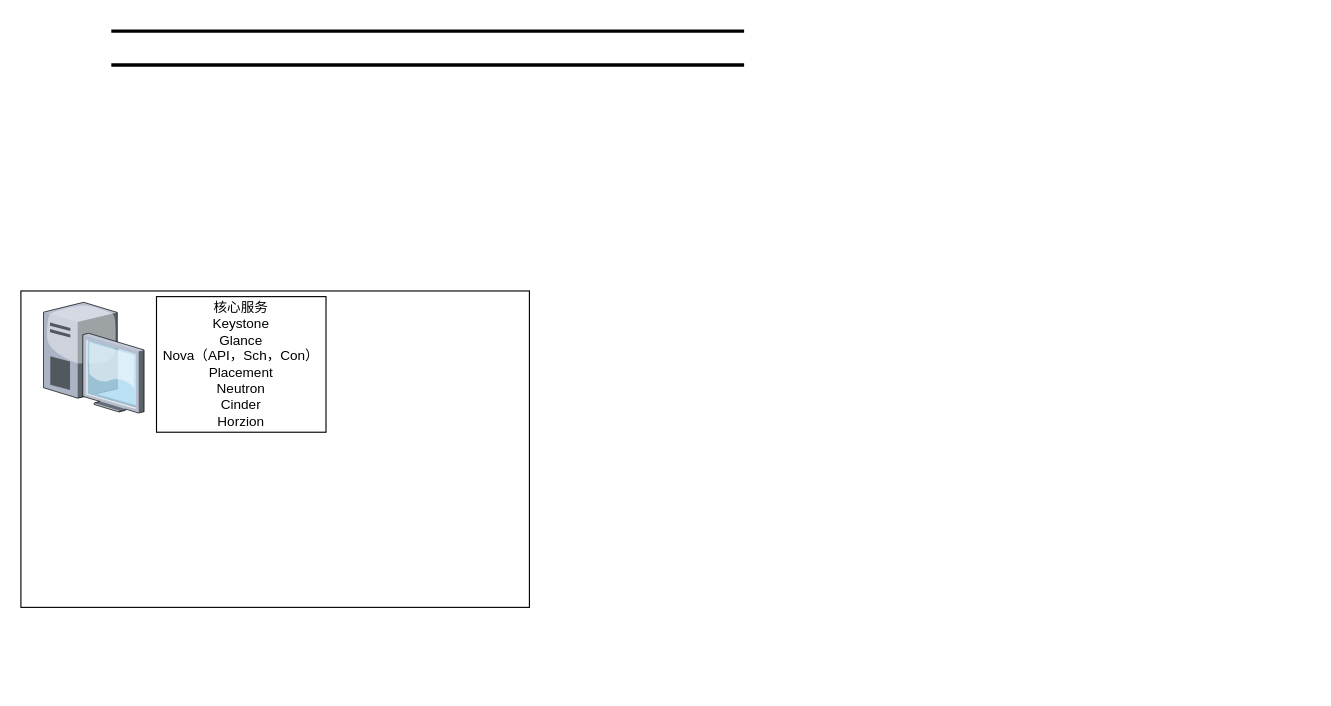
This is OpenStack部分结构.drawio from lrAltas/DrwaIO, a draw.io file, before an edit. Source tidied: cells renumbered, new cells numbered last; positions are measured from the earlier drawing's top-left corner, leaving out a move shared by most shapes. Both pictures are drawn from the tidied source at 113%, with x=0, y=0 at pixel (20, 31).
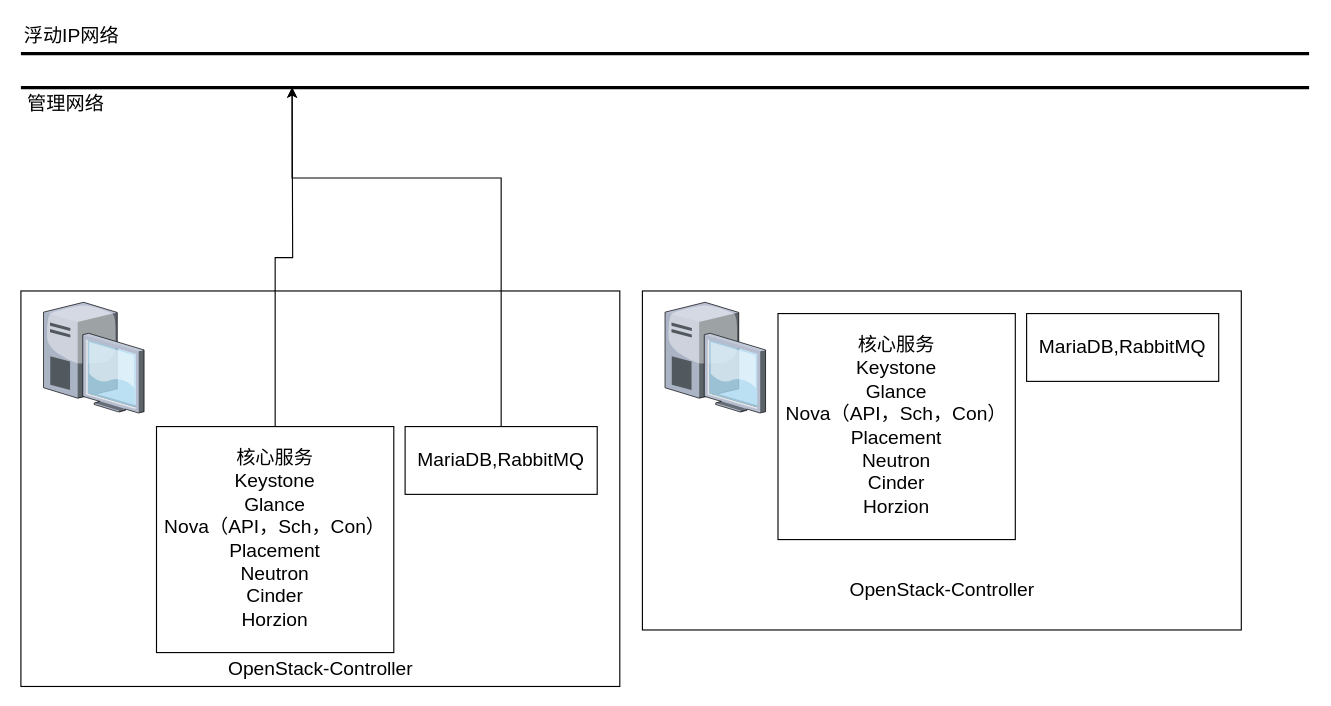
The same page after the edit.

Commit message (it also covers changes not shown here):
更新OpenStack部分结构.drawio

What changed in the source:
```diff
@@
     <mxCell id="2" style="endArrow=none;html=1;rounded=0;strokeWidth=3;" parent="1" edge="1">
       <mxGeometry relative="1" as="geometry">
-        <mxPoint x="80" as="sourcePoint" />
-        <mxPoint x="640" as="targetPoint" />
+        <mxPoint y="20" as="sourcePoint" />
+        <mxPoint x="1140" y="20" as="targetPoint" />
       </mxGeometry>
     </mxCell>
     <mxCell id="3" style="endArrow=none;html=1;rounded=0;strokeWidth=3;" parent="1" edge="1">
       <mxGeometry relative="1" as="geometry">
-        <mxPoint x="80" y="30" as="sourcePoint" />
-        <mxPoint x="640" y="30" as="targetPoint" />
+        <mxPoint y="50" as="sourcePoint" />
+        <mxPoint x="1140" y="50" as="targetPoint" />
       </mxGeometry>
     </mxCell>
     <mxCell id="4" style="rounded=0;whiteSpace=wrap;html=1;" parent="1" vertex="1">
-      <mxGeometry y="230" width="450" height="280" as="geometry" />
+      <mxGeometry y="230" width="530" height="350" as="geometry" />
     </mxCell>
@@
+    <mxCell id="7" style="edgeStyle=orthogonalEdgeStyle;rounded=0;jettySize=auto;html=1;" parent="1" edge="1" source="6">
+      <mxGeometry relative="1" as="geometry">
+        <mxPoint x="240" y="50" as="targetPoint" />
+      </mxGeometry>
+    </mxCell>
-    <mxCell id="6" value="&lt;div&gt;核心服务&lt;/div&gt;&lt;div&gt;Keystone&lt;/div&gt;&lt;div&gt;Glance&lt;/div&gt;&lt;div&gt;Nova（API，Sch，Con）&lt;/div&gt;&lt;div&gt;Placement&lt;/div&gt;&lt;div&gt;Neutron&lt;/div&gt;&lt;div&gt;Cinder&lt;/div&gt;&lt;div&gt;Horzion&lt;/div&gt;" style="rounded=0;whiteSpace=wrap;html=1;" parent="1" vertex="1">
-      <mxGeometry x="120" y="235" width="150" height="120" as="geometry" />
+    <mxCell id="6" value="&lt;div&gt;核心服务&lt;/div&gt;&lt;div&gt;Keystone&lt;/div&gt;&lt;div&gt;Glance&lt;/div&gt;&lt;div&gt;Nova（API，Sch，Con）&lt;/div&gt;&lt;div&gt;Placement&lt;/div&gt;&lt;div&gt;Neutron&lt;/div&gt;&lt;div&gt;Cinder&lt;/div&gt;&lt;div&gt;Horzion&lt;/div&gt;" style="rounded=0;whiteSpace=wrap;html=1;fontSize=17;" parent="1" vertex="1">
+      <mxGeometry x="120" y="350" width="210" height="200" as="geometry" />
     </mxCell>
+    <mxCell id="8" style="edgeStyle=orthogonalEdgeStyle;rounded=0;jettySize=auto;html=1;" parent="1" edge="1" source="9">
+      <mxGeometry relative="1" as="geometry">
+        <mxPoint x="240" y="50" as="targetPoint" />
+        <Array as="points">
+          <mxPoint x="425" y="130" />
+          <mxPoint x="240" y="130" />
+        </Array>
+      </mxGeometry>
+    </mxCell>
+    <mxCell id="9" value="MariaDB,RabbitMQ" style="whiteSpace=wrap;html=1;fontSize=17;" parent="1" vertex="1">
+      <mxGeometry x="340" y="350" width="170" height="60" as="geometry" />
+    </mxCell>
+    <mxCell id="10" value="&lt;div&gt;OpenStack-Controller&lt;/div&gt;" style="text;html=1;whiteSpace=wrap;strokeColor=none;fillColor=none;align=center;verticalAlign=middle;rounded=0;fontSize=17;" parent="1" vertex="1">
+      <mxGeometry x="167.5" y="550" width="195" height="30" as="geometry" />
+    </mxCell>
+    <mxCell id="11" value="&lt;font style=&quot;font-size: 17px;&quot;&gt;浮动IP网络&lt;/font&gt;" style="text;html=1;whiteSpace=wrap;strokeColor=none;fillColor=none;align=center;verticalAlign=middle;rounded=0;" parent="1" vertex="1">
+      <mxGeometry y="-10" width="90" height="30" as="geometry" />
+    </mxCell>
+    <mxCell id="12" value="&lt;font&gt;管理网络&lt;/font&gt;" style="text;html=1;whiteSpace=wrap;strokeColor=none;fillColor=none;align=center;verticalAlign=middle;rounded=0;fontSize=17;" parent="1" vertex="1">
+      <mxGeometry y="50" width="80" height="30" as="geometry" />
+    </mxCell>
+    <mxCell id="13" style="rounded=0;whiteSpace=wrap;html=1;" parent="1" vertex="1">
+      <mxGeometry x="550" y="230" width="530" height="300" as="geometry" />
+    </mxCell>
+    <mxCell id="14" style="verticalLabelPosition=bottom;sketch=0;html=1;verticalAlign=top;strokeColor=none;align=center;shape=mxgraph.citrix.desktop;" parent="1" vertex="1">
+      <mxGeometry x="570" y="240" width="89" height="98" as="geometry" />
+    </mxCell>
+    <mxCell id="15" value="&lt;div&gt;核心服务&lt;/div&gt;&lt;div&gt;Keystone&lt;/div&gt;&lt;div&gt;Glance&lt;/div&gt;&lt;div&gt;Nova（API，Sch，Con）&lt;/div&gt;&lt;div&gt;Placement&lt;/div&gt;&lt;div&gt;Neutron&lt;/div&gt;&lt;div&gt;Cinder&lt;/div&gt;&lt;div&gt;Horzion&lt;/div&gt;" style="rounded=0;whiteSpace=wrap;html=1;fontSize=17;" parent="1" vertex="1">
+      <mxGeometry x="670" y="250" width="210" height="200" as="geometry" />
+    </mxCell>
+    <mxCell id="16" value="MariaDB,RabbitMQ" style="whiteSpace=wrap;html=1;fontSize=17;" parent="1" vertex="1">
+      <mxGeometry x="890" y="250" width="170" height="60" as="geometry" />
+    </mxCell>
+    <mxCell id="17" value="&lt;div&gt;OpenStack-Controller&lt;/div&gt;" style="text;html=1;whiteSpace=wrap;strokeColor=none;fillColor=none;align=center;verticalAlign=middle;rounded=0;fontSize=17;" parent="1" vertex="1">
+      <mxGeometry x="717.5" y="480" width="195" height="30" as="geometry" />
+    </mxCell>
```
